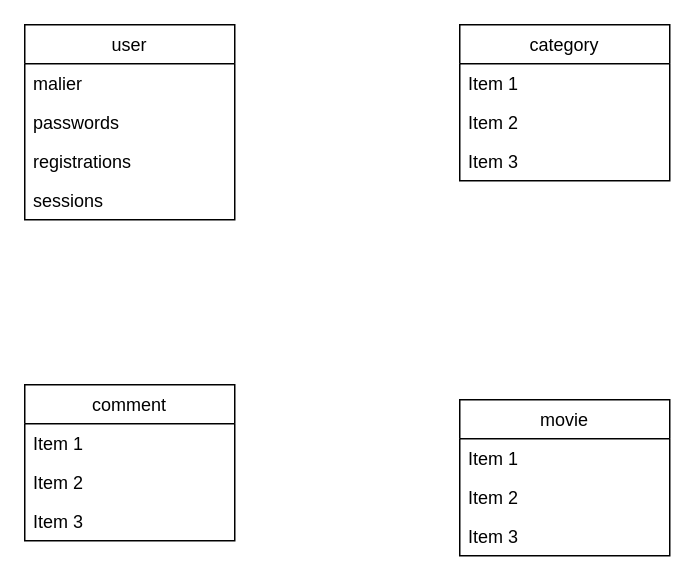
This is movie_app.drawio from sando0710/movie_app, a draw.io file, before an edit. Source tidied: cells renumbered, new cells numbered last; positions are measured from the earlier drawing's top-left corner, leaving out a move shared by most shapes. Both pictures are drawn from the tidied source at 150%, with x=0, y=0 at pixel (24, 24).
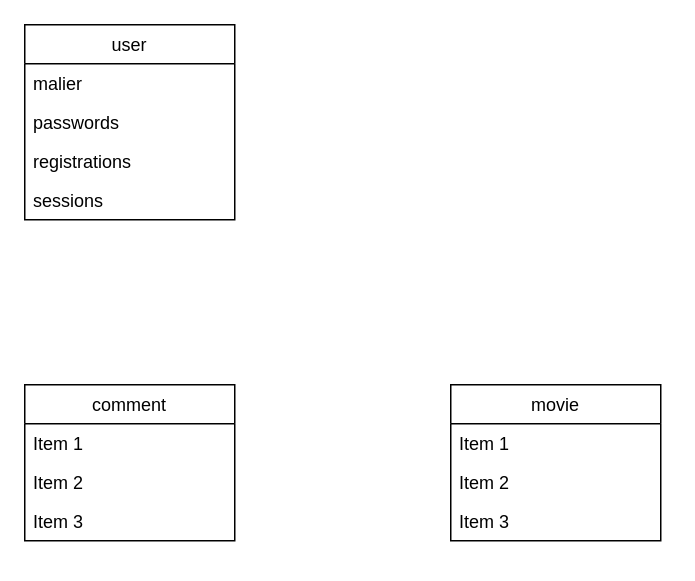
Above is the later version.

What changed in the source:
```diff
@@
 <mxGraphModel>
   <root>
     <mxCell id="0" />
     <mxCell id="1" parent="0" />
     <mxCell id="2" value="user" style="swimlane;fontStyle=0;horizontal=1;startSize=26;fillColor=none;" parent="1" vertex="1">
       <mxGeometry width="140" height="130" as="geometry" />
     </mxCell>
     <mxCell id="3" value="malier" style="text;strokeColor=none;fillColor=none;align=left;verticalAlign=top;spacingLeft=4;spacingRight=4;overflow=hidden;" parent="2" vertex="1">
       <mxGeometry y="26" width="140" height="26" as="geometry" />
     </mxCell>
     <mxCell id="4" value="passwords" style="text;strokeColor=none;fillColor=none;align=left;verticalAlign=top;spacingLeft=4;spacingRight=4;overflow=hidden;" parent="2" vertex="1">
       <mxGeometry y="52" width="140" height="26" as="geometry" />
     </mxCell>
     <mxCell id="5" value="registrations" style="text;strokeColor=none;fillColor=none;align=left;verticalAlign=top;spacingLeft=4;spacingRight=4;overflow=hidden;" parent="2" vertex="1">
       <mxGeometry y="78" width="140" height="26" as="geometry" />
     </mxCell>
     <mxCell id="6" value="sessions" style="text;strokeColor=none;fillColor=none;align=left;verticalAlign=top;spacingLeft=4;spacingRight=4;overflow=hidden;" parent="2" vertex="1">
       <mxGeometry y="104" width="140" height="26" as="geometry" />
     </mxCell>
-    <mxCell id="7" value="category" style="swimlane;fontStyle=0;horizontal=1;startSize=26;fillColor=none;" parent="1" vertex="1">
-      <mxGeometry x="290" width="140" height="104" as="geometry" />
-    </mxCell>
-    <mxCell id="8" value="Item 1" style="text;strokeColor=none;fillColor=none;align=left;verticalAlign=top;spacingLeft=4;spacingRight=4;overflow=hidden;" parent="7" vertex="1">
-      <mxGeometry y="26" width="140" height="26" as="geometry" />
-    </mxCell>
-    <mxCell id="9" value="Item 2" style="text;strokeColor=none;fillColor=none;align=left;verticalAlign=top;spacingLeft=4;spacingRight=4;overflow=hidden;" parent="7" vertex="1">
-      <mxGeometry y="52" width="140" height="26" as="geometry" />
-    </mxCell>
-    <mxCell id="10" value="Item 3" style="text;strokeColor=none;fillColor=none;align=left;verticalAlign=top;spacingLeft=4;spacingRight=4;overflow=hidden;" parent="7" vertex="1">
-      <mxGeometry y="78" width="140" height="26" as="geometry" />
-    </mxCell>
     <mxCell id="11" value="comment" style="swimlane;fontStyle=0;horizontal=1;startSize=26;fillColor=none;" parent="1" vertex="1">
       <mxGeometry y="240" width="140" height="104" as="geometry" />
     </mxCell>
     <mxCell id="12" value="Item 1" style="text;strokeColor=none;fillColor=none;align=left;verticalAlign=top;spacingLeft=4;spacingRight=4;overflow=hidden;" parent="11" vertex="1">
       <mxGeometry y="26" width="140" height="26" as="geometry" />
     </mxCell>
     <mxCell id="13" value="Item 2" style="text;strokeColor=none;fillColor=none;align=left;verticalAlign=top;spacingLeft=4;spacingRight=4;overflow=hidden;" parent="11" vertex="1">
       <mxGeometry y="52" width="140" height="26" as="geometry" />
     </mxCell>
     <mxCell id="14" value="Item 3" style="text;strokeColor=none;fillColor=none;align=left;verticalAlign=top;spacingLeft=4;spacingRight=4;overflow=hidden;" parent="11" vertex="1">
       <mxGeometry y="78" width="140" height="26" as="geometry" />
     </mxCell>
     <mxCell id="15" value="movie" style="swimlane;fontStyle=0;horizontal=1;startSize=26;fillColor=none;" parent="1" vertex="1">
-      <mxGeometry x="290" y="250" width="140" height="104" as="geometry" />
+      <mxGeometry x="284" y="240" width="140" height="104" as="geometry" />
     </mxCell>
     <mxCell id="16" value="Item 1" style="text;strokeColor=none;fillColor=none;align=left;verticalAlign=top;spacingLeft=4;spacingRight=4;overflow=hidden;" parent="15" vertex="1">
       <mxGeometry y="26" width="140" height="26" as="geometry" />
     </mxCell>
     <mxCell id="17" value="Item 2" style="text;strokeColor=none;fillColor=none;align=left;verticalAlign=top;spacingLeft=4;spacingRight=4;overflow=hidden;" parent="15" vertex="1">
       <mxGeometry y="52" width="140" height="26" as="geometry" />
     </mxCell>
     <mxCell id="18" value="Item 3" style="text;strokeColor=none;fillColor=none;align=left;verticalAlign=top;spacingLeft=4;spacingRight=4;overflow=hidden;" parent="15" vertex="1">
       <mxGeometry y="78" width="140" height="26" as="geometry" />
     </mxCell>
   </root>
 </mxGraphModel>
```
